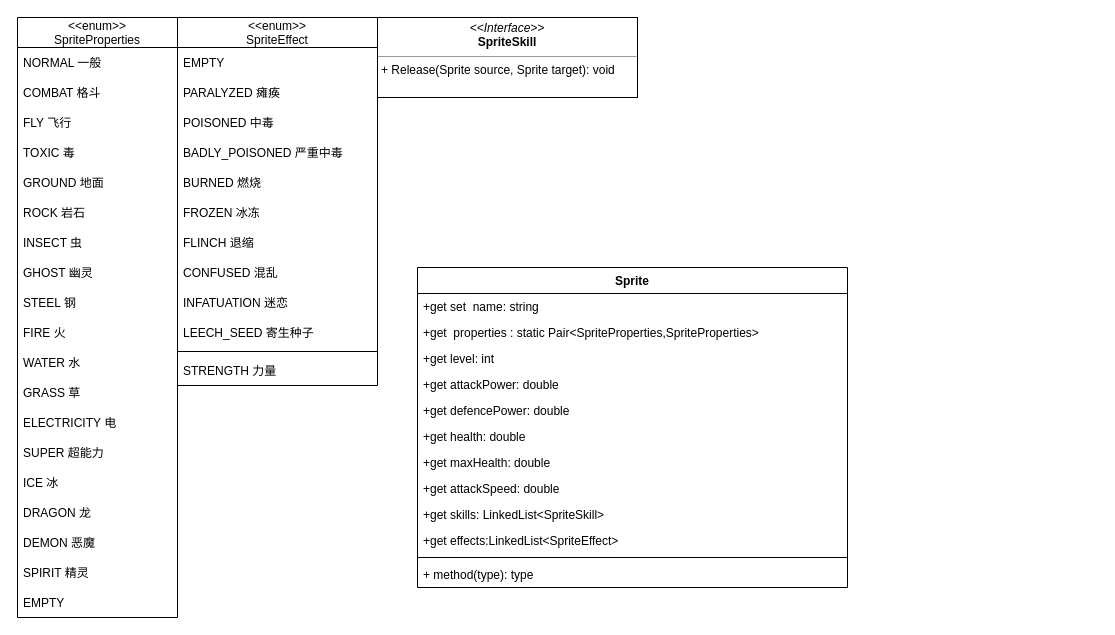
Earlier version of the draw.io diagram assets/design/类设计.drawio (qingzhixing/SimplePokemon). Source tidied: cells renumbered, new cells numbered last; positions are measured from the earlier drawing's top-left corner, leaving out a move shared by most shapes. Both pictures are drawn from the tidied source at 100%, with x=0, y=0 at pixel (17, 17).
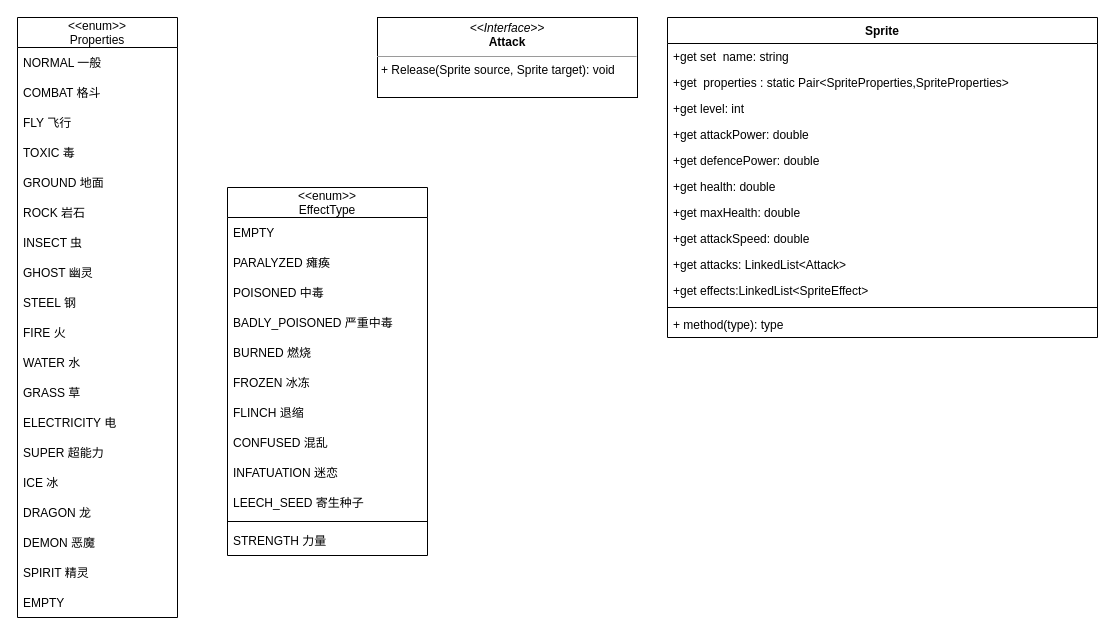
The same diagram, later.

Change to the diagram source:
```diff
@@
-    <mxCell id="2" value="&lt;&lt;enum&gt;&gt;&#10;SpriteProperties" style="swimlane;fontStyle=0;horizontal=1;startSize=30;" parent="1" vertex="1">
+    <mxCell id="2" value="&lt;&lt;enum&gt;&gt;&#10;Properties" style="swimlane;fontStyle=0;horizontal=1;startSize=30;" parent="1" vertex="1">
       <mxGeometry width="160" height="600" as="geometry" />
     </mxCell>
@@
     <mxCell id="22" value="Sprite" style="swimlane;fontStyle=1;align=center;verticalAlign=top;horizontal=1;startSize=26;" parent="1" vertex="1">
-      <mxGeometry x="400" y="250" width="430" height="320" as="geometry" />
+      <mxGeometry x="650" width="430" height="320" as="geometry" />
     </mxCell>
@@
-    <mxCell id="31" value="+get skills: LinkedList&lt;SpriteSkill&gt;" style="text;strokeColor=none;fillColor=none;align=left;verticalAlign=top;spacingLeft=4;spacingRight=4;overflow=hidden;" parent="22" vertex="1">
+    <mxCell id="31" value="+get attacks: LinkedList&lt;Attack&gt;" style="text;strokeColor=none;fillColor=none;align=left;verticalAlign=top;spacingLeft=4;spacingRight=4;overflow=hidden;" parent="22" vertex="1">
       <mxGeometry y="234" width="430" height="26" as="geometry" />
     </mxCell>
@@
-    <mxCell id="35" value="&lt;p style=&quot;margin:0px;margin-top:4px;text-align:center;&quot;&gt;&lt;i&gt;&amp;lt;&amp;lt;Interface&amp;gt;&amp;gt;&lt;/i&gt;&lt;br&gt;&lt;b&gt;SpriteSkill&lt;/b&gt;&lt;/p&gt;&lt;hr size=&quot;1&quot;&gt;&lt;p style=&quot;margin:0px;margin-left:4px;&quot;&gt;+ Release(Sprite source, Sprite target): void&lt;br&gt;&lt;/p&gt;" style="verticalAlign=top;align=left;overflow=fill;fontSize=12;fontFamily=Helvetica;html=1;" parent="1" vertex="1">
+    <mxCell id="35" value="&lt;p style=&quot;margin:0px;margin-top:4px;text-align:center;&quot;&gt;&lt;i&gt;&amp;lt;&amp;lt;Interface&amp;gt;&amp;gt;&lt;/i&gt;&lt;br&gt;&lt;b&gt;Attack&lt;/b&gt;&lt;/p&gt;&lt;hr size=&quot;1&quot;&gt;&lt;p style=&quot;margin:0px;margin-left:4px;&quot;&gt;+ Release(Sprite source, Sprite target): void&lt;br&gt;&lt;/p&gt;" style="verticalAlign=top;align=left;overflow=fill;fontSize=12;fontFamily=Helvetica;html=1;" parent="1" vertex="1">
       <mxGeometry x="360" width="260" height="80" as="geometry" />
     </mxCell>
-    <mxCell id="36" value="&lt;&lt;enum&gt;&gt;&#10;SpriteEffect" style="swimlane;fontStyle=0;horizontal=1;startSize=30;" parent="1" vertex="1">
-      <mxGeometry x="160" width="200" height="368" as="geometry" />
+    <mxCell id="36" value="&lt;&lt;enum&gt;&gt;&#10;EffectType" style="swimlane;fontStyle=0;horizontal=1;startSize=30;" parent="1" vertex="1">
+      <mxGeometry x="210" y="170" width="200" height="368" as="geometry" />
     </mxCell>
```
